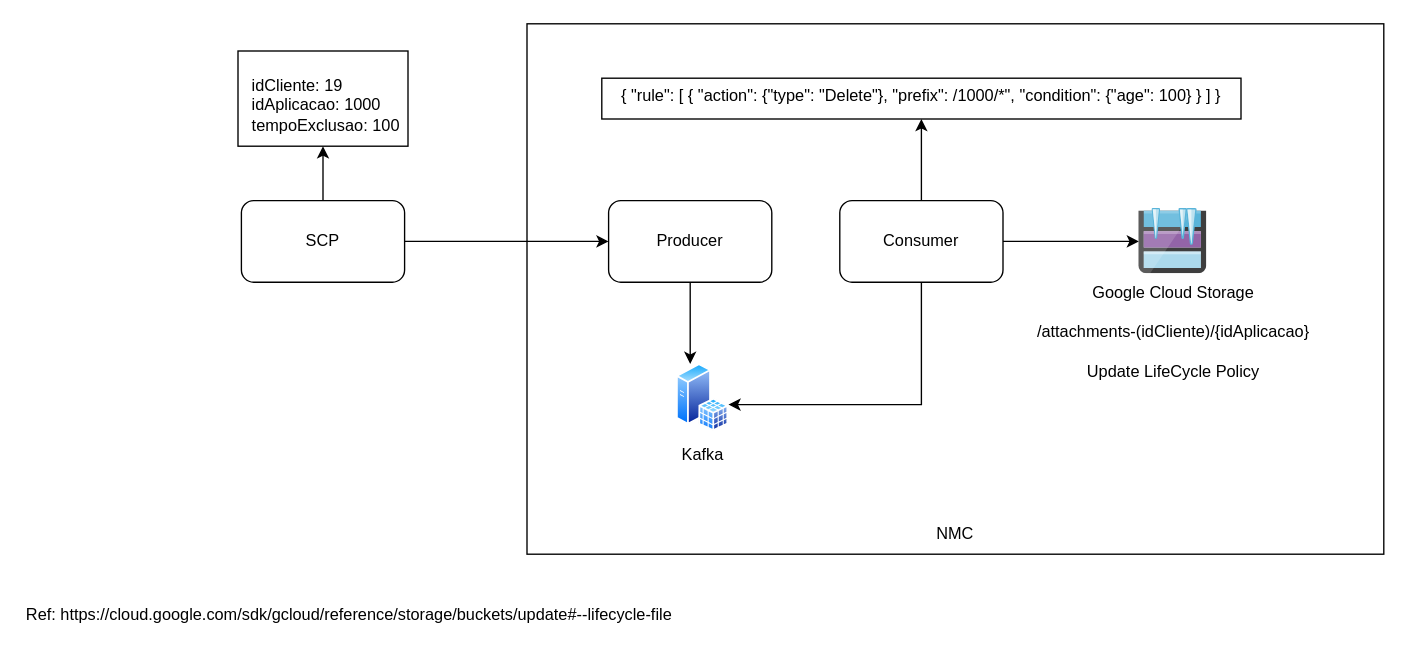
Above: Exclusao de Arquivos SCP NMC.drawio in caio-bueno/draws-valid (draw.io), before the change. Source tidied: cells renumbered, new cells numbered last; positions are measured from the earlier drawing's top-left corner, leaving out a move shared by most shapes. Both pictures are drawn from the tidied source at 136%, with x=0, y=0 at pixel (23, 23).
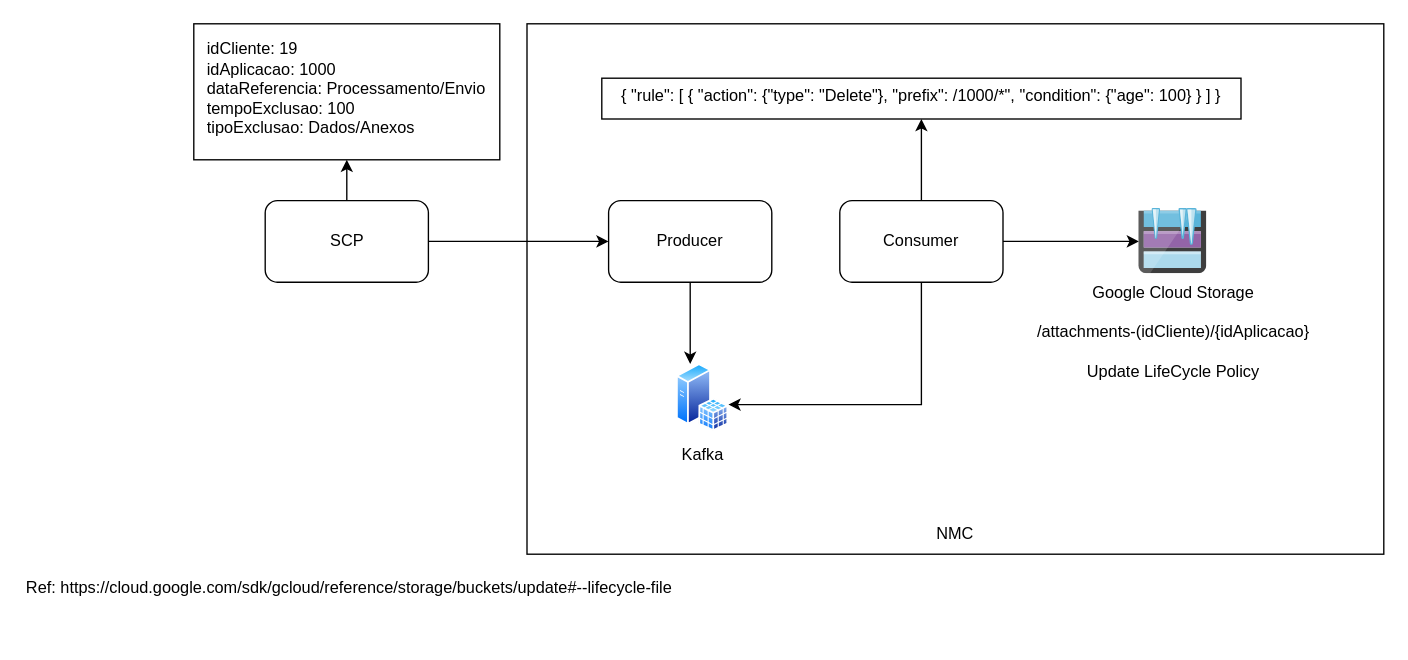
After the change.

Diff of the diagram source:
```diff
@@
 <mxGraphModel>
   <root>
     <mxCell id="0" />
     <mxCell id="1" parent="0" />
     <mxCell id="2" style="edgeStyle=orthogonalEdgeStyle;rounded=0;jettySize=auto;html=1;" parent="1" edge="1" source="3" target="16">
       <mxGeometry relative="1" as="geometry" />
     </mxCell>
     <mxCell id="3" value="SCP" style="rounded=1;whiteSpace=wrap;html=1;" parent="1" vertex="1">
-      <mxGeometry x="160" y="130" width="120" height="60" as="geometry" />
+      <mxGeometry x="177.5" y="130" width="120" height="60" as="geometry" />
     </mxCell>
     <mxCell id="4" value="&lt;div&gt;&lt;span style=&quot;background-color: initial;&quot;&gt;&lt;br&gt;&lt;/span&gt;&lt;/div&gt;&lt;div&gt;&lt;span style=&quot;background-color: initial;&quot;&gt;&lt;br&gt;&lt;/span&gt;&lt;/div&gt;&lt;div&gt;&lt;span style=&quot;background-color: initial;&quot;&gt;&lt;br&gt;&lt;/span&gt;&lt;/div&gt;&lt;div&gt;&lt;span style=&quot;background-color: initial;&quot;&gt;&lt;br&gt;&lt;/span&gt;&lt;/div&gt;&lt;div&gt;&lt;span style=&quot;background-color: initial;&quot;&gt;&lt;br&gt;&lt;/span&gt;&lt;/div&gt;&lt;div&gt;&lt;span style=&quot;background-color: initial;&quot;&gt;&lt;br&gt;&lt;/span&gt;&lt;/div&gt;&lt;div&gt;&lt;span style=&quot;background-color: initial;&quot;&gt;&lt;br&gt;&lt;/span&gt;&lt;/div&gt;&lt;div&gt;&lt;span style=&quot;background-color: initial;&quot;&gt;&lt;br&gt;&lt;/span&gt;&lt;/div&gt;&lt;div&gt;&lt;span style=&quot;background-color: initial;&quot;&gt;&lt;br&gt;&lt;/span&gt;&lt;/div&gt;&lt;div&gt;&lt;span style=&quot;background-color: initial;&quot;&gt;&lt;br&gt;&lt;/span&gt;&lt;/div&gt;&lt;div&gt;&lt;span style=&quot;background-color: initial;&quot;&gt;&lt;br&gt;&lt;/span&gt;&lt;/div&gt;&lt;div&gt;&lt;span style=&quot;background-color: initial;&quot;&gt;&lt;br&gt;&lt;/span&gt;&lt;/div&gt;&lt;div&gt;&lt;span style=&quot;background-color: initial;&quot;&gt;&lt;br&gt;&lt;/span&gt;&lt;/div&gt;&lt;div&gt;&lt;span style=&quot;background-color: initial;&quot;&gt;&lt;br&gt;&lt;/span&gt;&lt;/div&gt;&lt;div&gt;&lt;span style=&quot;background-color: initial;&quot;&gt;&lt;br&gt;&lt;/span&gt;&lt;/div&gt;&lt;div&gt;&lt;span style=&quot;background-color: initial;&quot;&gt;&lt;br&gt;&lt;/span&gt;&lt;/div&gt;&lt;div&gt;&lt;span style=&quot;background-color: initial;&quot;&gt;&lt;br&gt;&lt;/span&gt;&lt;/div&gt;&lt;div&gt;&lt;span style=&quot;background-color: initial;&quot;&gt;&lt;br&gt;&lt;/span&gt;&lt;/div&gt;&lt;div&gt;&lt;span style=&quot;background-color: initial;&quot;&gt;&lt;br&gt;&lt;/span&gt;&lt;/div&gt;&lt;div&gt;&lt;span style=&quot;background-color: initial;&quot;&gt;&lt;br&gt;&lt;/span&gt;&lt;/div&gt;&lt;div&gt;&lt;span style=&quot;background-color: initial;&quot;&gt;&lt;br&gt;&lt;/span&gt;&lt;/div&gt;&lt;div&gt;&lt;span style=&quot;background-color: initial;&quot;&gt;&lt;br&gt;&lt;/span&gt;&lt;/div&gt;&lt;div&gt;&lt;span style=&quot;background-color: initial;&quot;&gt;&lt;br&gt;&lt;/span&gt;&lt;/div&gt;&lt;div&gt;&lt;span style=&quot;background-color: initial;&quot;&gt;&lt;br&gt;&lt;/span&gt;&lt;/div&gt;&lt;div&gt;&lt;span style=&quot;background-color: initial;&quot;&gt;&lt;br&gt;&lt;/span&gt;&lt;/div&gt;&lt;div&gt;&lt;span style=&quot;background-color: initial;&quot;&gt;NMC&lt;/span&gt;&lt;br&gt;&lt;/div&gt;" style="rounded=0;whiteSpace=wrap;html=1;labelPosition=center;verticalLabelPosition=middle;align=center;verticalAlign=middle;" parent="1" vertex="1">
       <mxGeometry x="370" width="630" height="390" as="geometry" />
     </mxCell>
     <mxCell id="5" style="edgeStyle=orthogonalEdgeStyle;rounded=0;jettySize=auto;html=1;" parent="1" edge="1" source="3" target="7">
       <mxGeometry relative="1" as="geometry" />
     </mxCell>
     <mxCell id="6" style="edgeStyle=orthogonalEdgeStyle;rounded=0;jettySize=auto;html=1;" parent="1" edge="1" source="7">
       <mxGeometry relative="1" as="geometry">
         <mxPoint x="490" y="250.1" as="targetPoint" />
       </mxGeometry>
     </mxCell>
     <mxCell id="7" value="Producer" style="rounded=1;whiteSpace=wrap;html=1;" parent="1" vertex="1">
       <mxGeometry x="430" y="130" width="120" height="60" as="geometry" />
     </mxCell>
     <mxCell id="8" style="edgeStyle=orthogonalEdgeStyle;rounded=0;jettySize=auto;html=1;" parent="1" edge="1" source="11" target="15">
       <mxGeometry relative="1" as="geometry">
         <Array as="points">
           <mxPoint x="660" y="280" />
         </Array>
       </mxGeometry>
     </mxCell>
     <mxCell id="9" style="edgeStyle=orthogonalEdgeStyle;rounded=0;jettySize=auto;html=1;" parent="1" edge="1" source="11" target="12">
       <mxGeometry relative="1" as="geometry" />
     </mxCell>
     <mxCell id="10" style="edgeStyle=orthogonalEdgeStyle;rounded=0;jettySize=auto;html=1;" parent="1" edge="1" source="11" target="14">
       <mxGeometry relative="1" as="geometry" />
     </mxCell>
     <mxCell id="11" value="Consumer" style="rounded=1;whiteSpace=wrap;html=1;" parent="1" vertex="1">
       <mxGeometry x="600" y="130" width="120" height="60" as="geometry" />
     </mxCell>
     <mxCell id="12" value="Google Cloud Storage&lt;div&gt;&lt;br&gt;&lt;/div&gt;&lt;div&gt;/attachments-(idCliente)/{idAplicacao}&lt;/div&gt;&lt;div&gt;&lt;br&gt;&lt;/div&gt;&lt;div&gt;Update LifeCycle Policy&lt;/div&gt;" style="image;sketch=0;html=1;points=[];align=center;fontSize=12;image=img/lib/mscae/Archive_Storage.svg;" parent="1" vertex="1">
       <mxGeometry x="820" y="136" width="50" height="48" as="geometry" />
     </mxCell>
     <mxCell id="13" value="Ref: https://cloud.google.com/sdk/gcloud/reference/storage/buckets/update#--lifecycle-file" style="text;html=1;align=left;verticalAlign=middle;whiteSpace=wrap;rounded=0;" parent="1" vertex="1">
-      <mxGeometry y="420" width="500" height="30" as="geometry" />
+      <mxGeometry y="400" width="500" height="30" as="geometry" />
     </mxCell>
     <mxCell id="14" value="&lt;div&gt;{ &quot;rule&quot;: [ { &quot;action&quot;: {&quot;type&quot;: &quot;Delete&quot;}, &quot;prefix&quot;: /1000/*&quot;, &quot;condition&quot;: {&quot;age&quot;: 100} } ] }&lt;/div&gt;&lt;div&gt;&lt;br&gt;&lt;/div&gt;" style="text;html=1;align=center;verticalAlign=middle;whiteSpace=wrap;rounded=0;fillColor=none;strokeColor=default;spacingTop=10;" parent="1" vertex="1">
       <mxGeometry x="425" y="40" width="470" height="30" as="geometry" />
     </mxCell>
     <mxCell id="15" value="Kafka" style="image;perimeter=ellipsePerimeter;html=1;align=center;shadow=0;dashed=0;spacingTop=3;image=img/lib/active_directory/sql_server.svg;" parent="1" vertex="1">
       <mxGeometry x="480" y="250" width="38.5" height="50" as="geometry" />
     </mxCell>
-    <mxCell id="16" value="&lt;div&gt;idCliente: 19&lt;/div&gt;&lt;div&gt;idAplicacao: 1000&lt;/div&gt;&lt;div&gt;tempoExclusao: 100&lt;/div&gt;" style="text;html=1;align=left;verticalAlign=middle;whiteSpace=wrap;rounded=0;fillColor=none;strokeColor=default;spacingTop=10;spacingLeft=10;spacing=0;" parent="1" vertex="1">
-      <mxGeometry x="157.5" y="20" width="125" height="70" as="geometry" />
+    <mxCell id="16" value="&lt;div&gt;idCliente: 19&lt;/div&gt;&lt;div&gt;idAplicacao: 1000&lt;/div&gt;&lt;div&gt;dataReferencia: Processamento/Envio&lt;/div&gt;&lt;div&gt;tempoExclusao: 100&lt;/div&gt;&lt;div&gt;tipoExclusao: Dados/Anexos&lt;/div&gt;&lt;div&gt;&lt;br&gt;&lt;/div&gt;" style="text;html=1;align=left;verticalAlign=middle;whiteSpace=wrap;rounded=0;fillColor=none;strokeColor=default;spacingTop=10;spacingLeft=10;spacing=0;" parent="1" vertex="1">
+      <mxGeometry x="125" width="225" height="100" as="geometry" />
     </mxCell>
   </root>
 </mxGraphModel>
```
